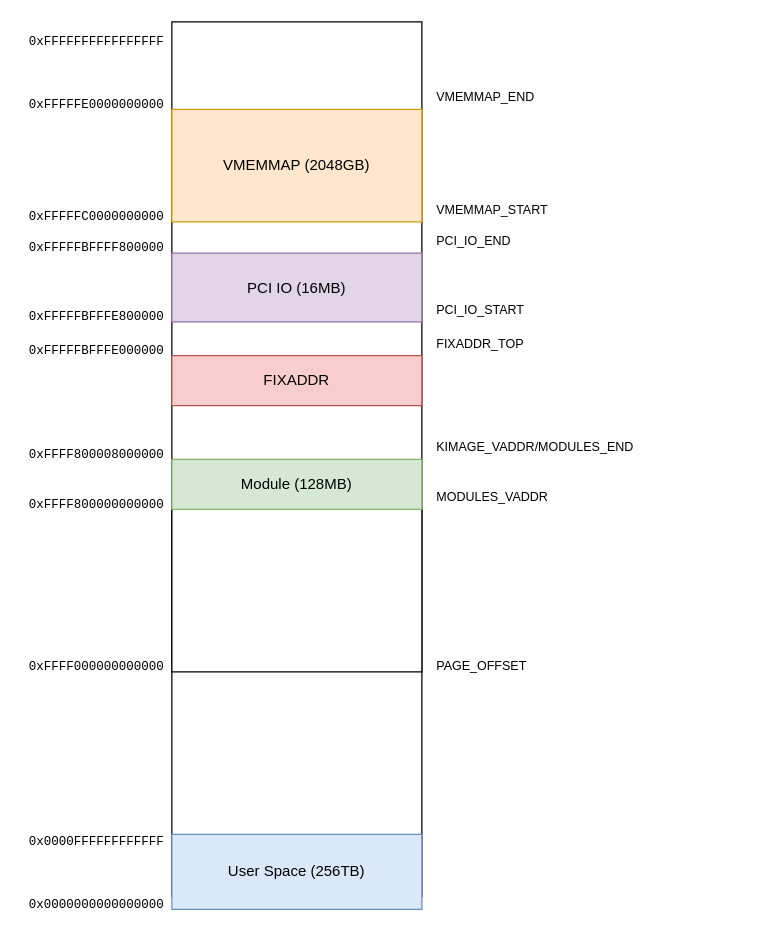
This is Virtual Memory Layout.drawio from Kaling1203/Diagram, a draw.io file, before an edit. Source tidied: cells renumbered, new cells numbered last; positions are measured from the earlier drawing's top-left corner, leaving out a move shared by most shapes. Both pictures are drawn from the tidied source at 125%, with x=0, y=0 at pixel (21, 21).
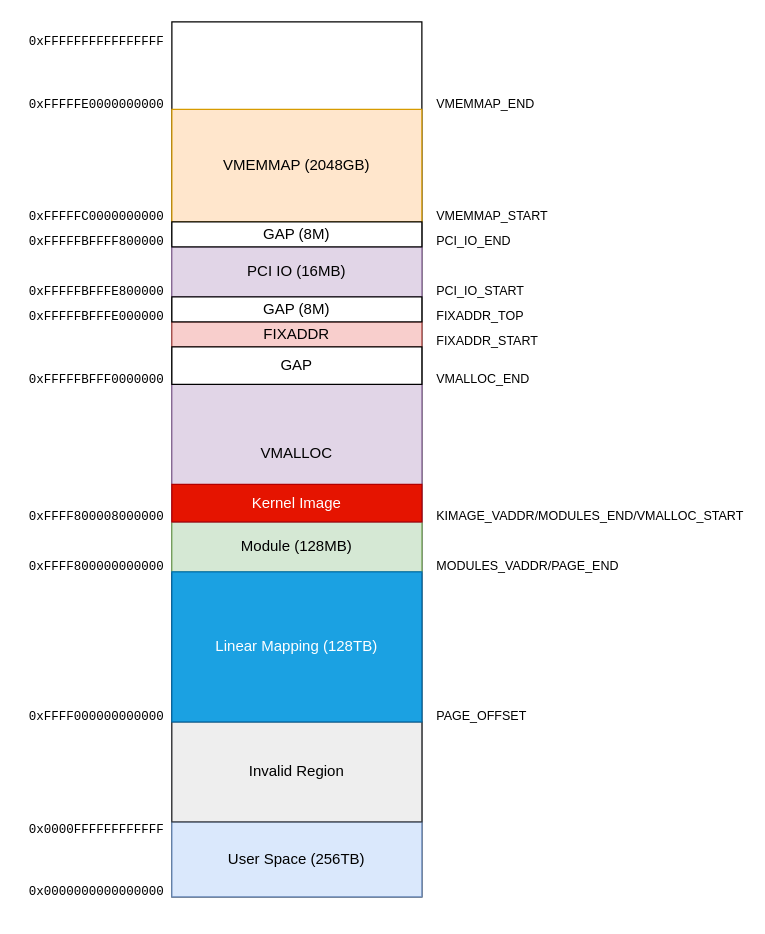
The same page after the edit.

Diff of the diagram source:
```diff
@@
     <mxCell id="3" value="User Space (256TB)" style="rounded=0;whiteSpace=wrap;html=1;fillColor=#dae8fc;strokeColor=#6c8ebf;" parent="1" vertex="1">
-      <mxGeometry x="120" y="650" width="200" height="60" as="geometry" />
+      <mxGeometry x="120" y="640" width="200" height="60" as="geometry" />
     </mxCell>
     <mxCell id="4" value="&lt;font style=&quot;font-size: 10px;&quot; face=&quot;Courier New&quot;&gt;0x0000FFFFFFFFFFFF&lt;/font&gt;" style="text;html=1;strokeColor=none;fillColor=none;align=center;verticalAlign=middle;whiteSpace=wrap;rounded=0;comic=0;" parent="1" vertex="1">
-      <mxGeometry y="650" width="120" height="10" as="geometry" />
+      <mxGeometry y="640" width="120" height="10" as="geometry" />
     </mxCell>
     <mxCell id="5" value="&lt;font style=&quot;font-size: 10px;&quot; face=&quot;Courier New&quot;&gt;0x0000000000000000&lt;/font&gt;" style="text;html=1;strokeColor=none;fillColor=none;align=center;verticalAlign=middle;whiteSpace=wrap;rounded=0;" parent="1" vertex="1">
-      <mxGeometry y="700" width="120" height="10" as="geometry" />
+      <mxGeometry y="690" width="120" height="10" as="geometry" />
     </mxCell>
-    <mxCell id="6" style="rounded=0;whiteSpace=wrap;html=1;" parent="1" vertex="1">
-      <mxGeometry x="120" y="390" width="200" height="130" as="geometry" />
-    </mxCell>
     <mxCell id="7" value="&lt;font style=&quot;font-size: 10px;&quot; face=&quot;Courier New&quot;&gt;0xFFFF000000000000&lt;/font&gt;" style="text;html=1;strokeColor=none;fillColor=none;align=center;verticalAlign=middle;whiteSpace=wrap;rounded=0;comic=0;" parent="1" vertex="1">
-      <mxGeometry y="510" width="120" height="10" as="geometry" />
+      <mxGeometry y="550" width="120" height="10" as="geometry" />
     </mxCell>
     <mxCell id="8" value="&lt;font style=&quot;font-size: 10px;&quot;&gt;PAGE_OFFSET&lt;/font&gt;" style="text;html=1;strokeColor=none;fillColor=none;align=left;verticalAlign=middle;whiteSpace=wrap;rounded=0;" parent="1" vertex="1">
-      <mxGeometry x="330" y="510" width="80" height="10" as="geometry" />
+      <mxGeometry x="330" y="550" width="80" height="10" as="geometry" />
     </mxCell>
     <mxCell id="9" value="&lt;font style=&quot;font-size: 10px;&quot; face=&quot;Courier New&quot;&gt;0xFFFF800000000000&lt;/font&gt;" style="text;html=1;strokeColor=none;fillColor=none;align=center;verticalAlign=middle;whiteSpace=wrap;rounded=0;comic=0;" parent="1" vertex="1">
-      <mxGeometry y="380" width="120" height="10" as="geometry" />
+      <mxGeometry y="430" width="120" height="10" as="geometry" />
     </mxCell>
-    <mxCell id="10" value="&lt;font style=&quot;font-size: 10px;&quot;&gt;MODULES_VADDR&lt;/font&gt;" style="text;html=1;strokeColor=none;fillColor=none;align=left;verticalAlign=middle;whiteSpace=wrap;rounded=0;" parent="1" vertex="1">
-      <mxGeometry x="330" y="370" width="120" height="20" as="geometry" />
+    <mxCell id="10" value="&lt;font style=&quot;font-size: 10px;&quot;&gt;MODULES_VADDR/PAGE_END&lt;/font&gt;" style="text;html=1;strokeColor=none;fillColor=none;align=left;verticalAlign=middle;whiteSpace=wrap;rounded=0;" parent="1" vertex="1">
+      <mxGeometry x="330" y="430" width="120" height="10" as="geometry" />
     </mxCell>
     <mxCell id="11" value="Module (128MB)" style="rounded=0;whiteSpace=wrap;html=1;fillColor=#d5e8d4;strokeColor=#82b366;" parent="1" vertex="1">
-      <mxGeometry x="120" y="350" width="200" height="40" as="geometry" />
+      <mxGeometry x="120" y="400" width="200" height="40" as="geometry" />
     </mxCell>
     <mxCell id="12" value="&lt;font style=&quot;font-size: 10px;&quot; face=&quot;Courier New&quot;&gt;0xFFFF800008000000&lt;/font&gt;" style="text;html=1;strokeColor=none;fillColor=none;align=center;verticalAlign=middle;whiteSpace=wrap;rounded=0;comic=0;" parent="1" vertex="1">
-      <mxGeometry y="340" width="120" height="10" as="geometry" />
+      <mxGeometry y="390" width="120" height="10" as="geometry" />
     </mxCell>
-    <mxCell id="13" value="&lt;font style=&quot;font-size: 10px;&quot;&gt;KIMAGE_VADDR/MODULES_END&lt;/font&gt;" style="text;html=1;strokeColor=none;fillColor=none;align=left;verticalAlign=middle;whiteSpace=wrap;rounded=0;" parent="1" vertex="1">
-      <mxGeometry x="330" y="330" width="120" height="20" as="geometry" />
+    <mxCell id="13" value="&lt;font style=&quot;font-size: 10px;&quot;&gt;KIMAGE_VADDR/MODULES_END/VMALLOC_START&lt;/font&gt;" style="text;html=1;strokeColor=none;fillColor=none;align=left;verticalAlign=middle;whiteSpace=wrap;rounded=0;" parent="1" vertex="1">
+      <mxGeometry x="330" y="390" width="120" height="10" as="geometry" />
     </mxCell>
@@
     <mxCell id="16" value="&lt;font style=&quot;font-size: 10px;&quot;&gt;VMEMMAP_START&lt;/font&gt;" style="text;html=1;strokeColor=none;fillColor=none;align=left;verticalAlign=middle;whiteSpace=wrap;rounded=0;" parent="1" vertex="1">
-      <mxGeometry x="330" y="140" width="120" height="20" as="geometry" />
+      <mxGeometry x="330" y="150" width="120" height="10" as="geometry" />
     </mxCell>
@@
     <mxCell id="18" value="&lt;font style=&quot;font-size: 10px;&quot;&gt;VMEMMAP_END&lt;/font&gt;" style="text;html=1;strokeColor=none;fillColor=none;align=left;verticalAlign=middle;whiteSpace=wrap;rounded=0;" parent="1" vertex="1">
-      <mxGeometry x="330" y="50" width="120" height="20" as="geometry" />
+      <mxGeometry x="330" y="60" width="120" height="10" as="geometry" />
     </mxCell>
@@
     <mxCell id="20" value="&lt;font style=&quot;font-size: 10px;&quot; face=&quot;Courier New&quot;&gt;0xFFFFFBFFFF800000&lt;/font&gt;" style="text;html=1;strokeColor=none;fillColor=none;align=center;verticalAlign=middle;whiteSpace=wrap;rounded=0;comic=0;" parent="1" vertex="1">
-      <mxGeometry y="175" width="120" height="10" as="geometry" />
+      <mxGeometry y="170" width="120" height="10" as="geometry" />
     </mxCell>
     <mxCell id="21" value="&lt;font style=&quot;font-size: 10px;&quot;&gt;PCI_IO_END&lt;/font&gt;" style="text;html=1;strokeColor=none;fillColor=none;align=left;verticalAlign=middle;whiteSpace=wrap;rounded=0;" parent="1" vertex="1">
-      <mxGeometry x="330" y="165" width="120" height="20" as="geometry" />
+      <mxGeometry x="330" y="172.5" width="120" height="5" as="geometry" />
     </mxCell>
     <mxCell id="22" value="PCI IO (16MB)" style="rounded=0;whiteSpace=wrap;html=1;fillColor=#e1d5e7;strokeColor=#9673a6;" parent="1" vertex="1">
-      <mxGeometry x="120" y="185" width="200" height="55" as="geometry" />
+      <mxGeometry x="120" y="180" width="200" height="40" as="geometry" />
     </mxCell>
     <mxCell id="23" value="&lt;font style=&quot;font-size: 10px;&quot; face=&quot;Courier New&quot;&gt;0xFFFFFBFFFE800000&lt;/font&gt;" style="text;html=1;strokeColor=none;fillColor=none;align=center;verticalAlign=middle;whiteSpace=wrap;rounded=0;comic=0;" parent="1" vertex="1">
-      <mxGeometry y="230" width="120" height="10" as="geometry" />
+      <mxGeometry y="210" width="120" height="10" as="geometry" />
     </mxCell>
     <mxCell id="24" value="&lt;font style=&quot;font-size: 10px;&quot;&gt;PCI_IO_START&lt;/font&gt;" style="text;html=1;strokeColor=none;fillColor=none;align=left;verticalAlign=middle;whiteSpace=wrap;rounded=0;" parent="1" vertex="1">
-      <mxGeometry x="330" y="220" width="120" height="20" as="geometry" />
+      <mxGeometry x="330" y="210" width="120" height="10" as="geometry" />
     </mxCell>
     <mxCell id="25" value="FIXADDR" style="rounded=0;whiteSpace=wrap;html=1;fillColor=#f8cecc;strokeColor=#b85450;" parent="1" vertex="1">
-      <mxGeometry x="120" y="267" width="200" height="40" as="geometry" />
+      <mxGeometry x="120" y="240" width="200" height="20" as="geometry" />
     </mxCell>
     <mxCell id="26" value="&lt;font style=&quot;font-size: 10px;&quot; face=&quot;Courier New&quot;&gt;0xFFFFFBFFFE000000&lt;/font&gt;" style="text;html=1;strokeColor=none;fillColor=none;align=center;verticalAlign=middle;whiteSpace=wrap;rounded=0;comic=0;" parent="1" vertex="1">
-      <mxGeometry y="257" width="120" height="10" as="geometry" />
+      <mxGeometry y="230" width="120" height="10" as="geometry" />
     </mxCell>
     <mxCell id="27" value="&lt;font style=&quot;font-size: 10px;&quot;&gt;FIXADDR_TOP&lt;/font&gt;" style="text;html=1;strokeColor=none;fillColor=none;align=left;verticalAlign=middle;whiteSpace=wrap;rounded=0;" parent="1" vertex="1">
-      <mxGeometry x="330" y="247" width="120" height="20" as="geometry" />
+      <mxGeometry x="330" y="231.5" width="120" height="7" as="geometry" />
     </mxCell>
+    <mxCell id="28" value="Invalid Region" style="rounded=0;whiteSpace=wrap;html=1;fillColor=#eeeeee;strokeColor=#36393d;" parent="1" vertex="1">
+      <mxGeometry x="120" y="560" width="200" height="80" as="geometry" />
+    </mxCell>
+    <mxCell id="29" value="&lt;font style=&quot;font-size: 10px;&quot;&gt;FIXADDR_START&lt;/font&gt;" style="text;html=1;strokeColor=none;fillColor=none;align=left;verticalAlign=middle;whiteSpace=wrap;rounded=0;" parent="1" vertex="1">
+      <mxGeometry x="330" y="250" width="120" height="10" as="geometry" />
+    </mxCell>
+    <mxCell id="30" value="GAP (8M)" style="rounded=0;whiteSpace=wrap;html=1;" parent="1" vertex="1">
+      <mxGeometry x="120" y="160" width="200" height="20" as="geometry" />
+    </mxCell>
+    <mxCell id="31" value="VMALLOC" style="rounded=0;whiteSpace=wrap;html=1;fillColor=#e1d5e7;strokeColor=#9673a6;" parent="1" vertex="1">
+      <mxGeometry x="120" y="290" width="200" height="110" as="geometry" />
+    </mxCell>
+    <mxCell id="32" value="GAP (8M)" style="rounded=0;whiteSpace=wrap;html=1;" parent="1" vertex="1">
+      <mxGeometry x="120" y="220" width="200" height="20" as="geometry" />
+    </mxCell>
+    <mxCell id="33" value="Linear Mapping (128TB)" style="rounded=0;whiteSpace=wrap;html=1;fillColor=#1ba1e2;fontColor=#ffffff;strokeColor=#006EAF;" parent="1" vertex="1">
+      <mxGeometry x="120" y="440" width="200" height="120" as="geometry" />
+    </mxCell>
+    <mxCell id="34" value="Kernel Image" style="rounded=0;whiteSpace=wrap;html=1;fillColor=#e51400;strokeColor=#B20000;fontColor=#ffffff;" parent="1" vertex="1">
+      <mxGeometry x="120" y="370" width="200" height="30" as="geometry" />
+    </mxCell>
+    <mxCell id="35" value="&lt;font style=&quot;font-size: 10px;&quot;&gt;VMALLOC_END&lt;/font&gt;" style="text;html=1;strokeColor=none;fillColor=none;align=left;verticalAlign=middle;whiteSpace=wrap;rounded=0;" parent="1" vertex="1">
+      <mxGeometry x="330" y="280" width="120" height="10" as="geometry" />
+    </mxCell>
+    <mxCell id="36" value="&lt;font style=&quot;font-size: 10px;&quot; face=&quot;Courier New&quot;&gt;0xFFFFFBFFF0000000&lt;/font&gt;" style="text;html=1;strokeColor=none;fillColor=none;align=center;verticalAlign=middle;whiteSpace=wrap;rounded=0;comic=0;" parent="1" vertex="1">
+      <mxGeometry y="280" width="120" height="10" as="geometry" />
+    </mxCell>
+    <mxCell id="37" value="GAP" style="rounded=0;whiteSpace=wrap;html=1;" parent="1" vertex="1">
+      <mxGeometry x="120" y="260" width="200" height="30" as="geometry" />
+    </mxCell>
```
